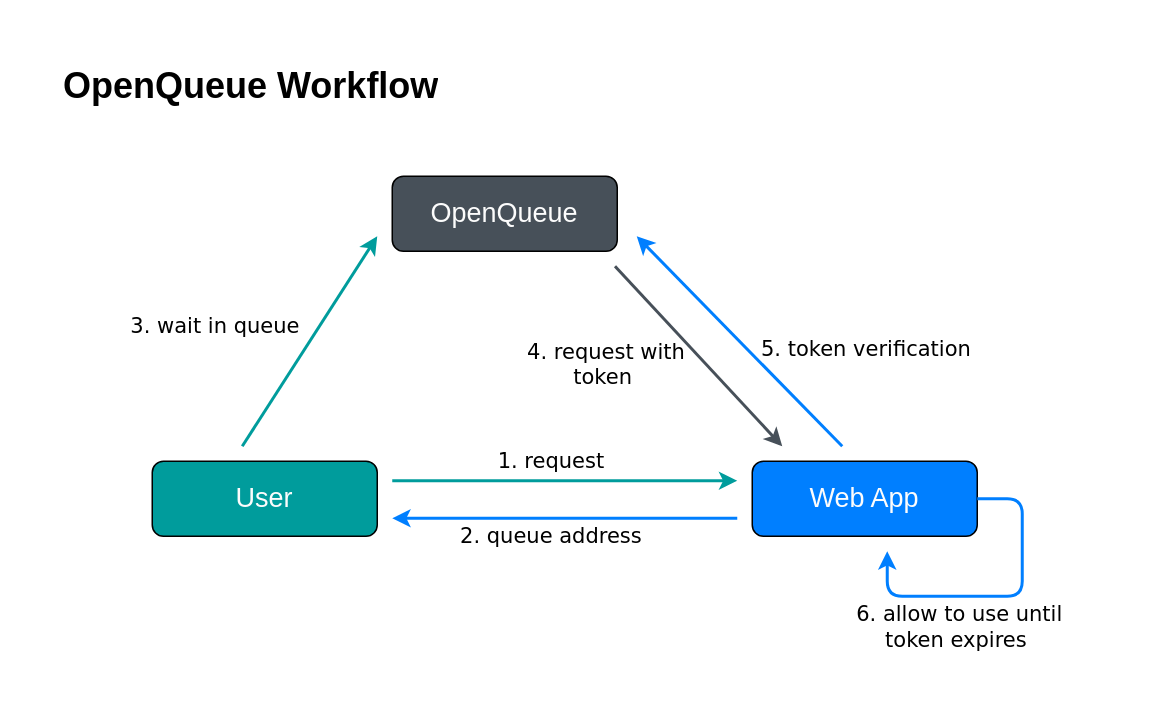
The draw.io diagram img/opq_flow_us.drawio in openqueue-io/openqueue-ui-static, before the edit. Source tidied: cells renumbered, new cells numbered last; positions are measured from the earlier drawing's top-left corner, leaving out a move shared by most shapes. Both pictures are drawn from the tidied source at 150%, with x=0, y=0 at pixel (26, 26).
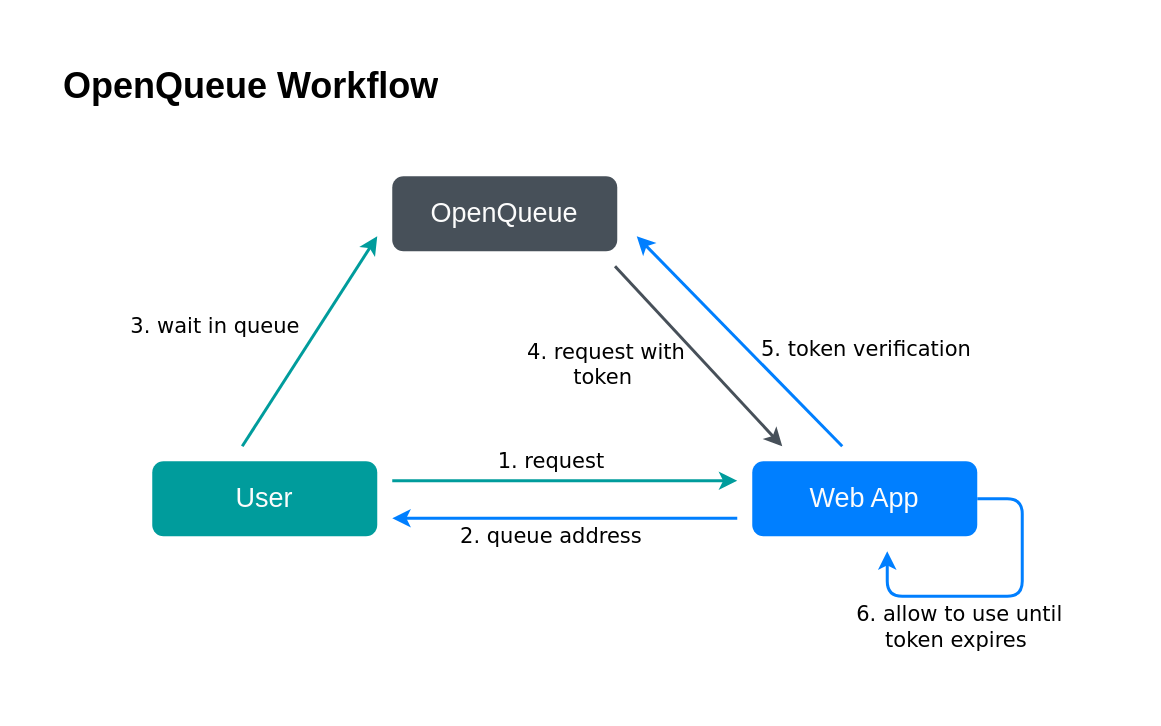
The same diagram, later.

Commit message (it also covers changes not shown here):
优化了流程图

Change to the diagram source:
```diff
@@
-    <mxCell id="3" value="&lt;font style=&quot;font-size: 18px&quot; color=&quot;#fcfcfc&quot;&gt;User&lt;/font&gt;" style="rounded=1;whiteSpace=wrap;html=1;fillColor=#009C9C;" parent="1" vertex="1">
+    <mxCell id="3" value="&lt;font style=&quot;font-size: 18px&quot; color=&quot;#fcfcfc&quot;&gt;User&lt;/font&gt;" style="rounded=1;whiteSpace=wrap;html=1;fillColor=#009C9C;strokeColor=none;" parent="1" vertex="1">
       <mxGeometry x="84" y="290" width="150" height="50" as="geometry" />
     </mxCell>
-    <mxCell id="4" value="&lt;font color=&quot;#fcfcfc&quot;&gt;&lt;span style=&quot;font-size: 18px&quot;&gt;Web App&lt;/span&gt;&lt;/font&gt;" style="rounded=1;whiteSpace=wrap;html=1;fillColor=#007FFF;" parent="1" vertex="1">
+    <mxCell id="4" value="&lt;font color=&quot;#fcfcfc&quot;&gt;&lt;span style=&quot;font-size: 18px&quot;&gt;Web App&lt;/span&gt;&lt;/font&gt;" style="rounded=1;whiteSpace=wrap;html=1;fillColor=#007FFF;strokeColor=none;" parent="1" vertex="1">
       <mxGeometry x="484" y="290" width="150" height="50" as="geometry" />
     </mxCell>
-    <mxCell id="5" value="&lt;font color=&quot;#fcfcfc&quot;&gt;&lt;span style=&quot;font-size: 18px&quot;&gt;OpenQueue&lt;/span&gt;&lt;/font&gt;" style="rounded=1;whiteSpace=wrap;html=1;fillColor=#475059;" parent="1" vertex="1">
+    <mxCell id="5" value="&lt;font color=&quot;#fcfcfc&quot;&gt;&lt;span style=&quot;font-size: 18px&quot;&gt;OpenQueue&lt;/span&gt;&lt;/font&gt;" style="rounded=1;whiteSpace=wrap;html=1;fillColor=#475059;strokeColor=none;" parent="1" vertex="1">
       <mxGeometry x="244" y="100" width="150" height="50" as="geometry" />
     </mxCell>
```
